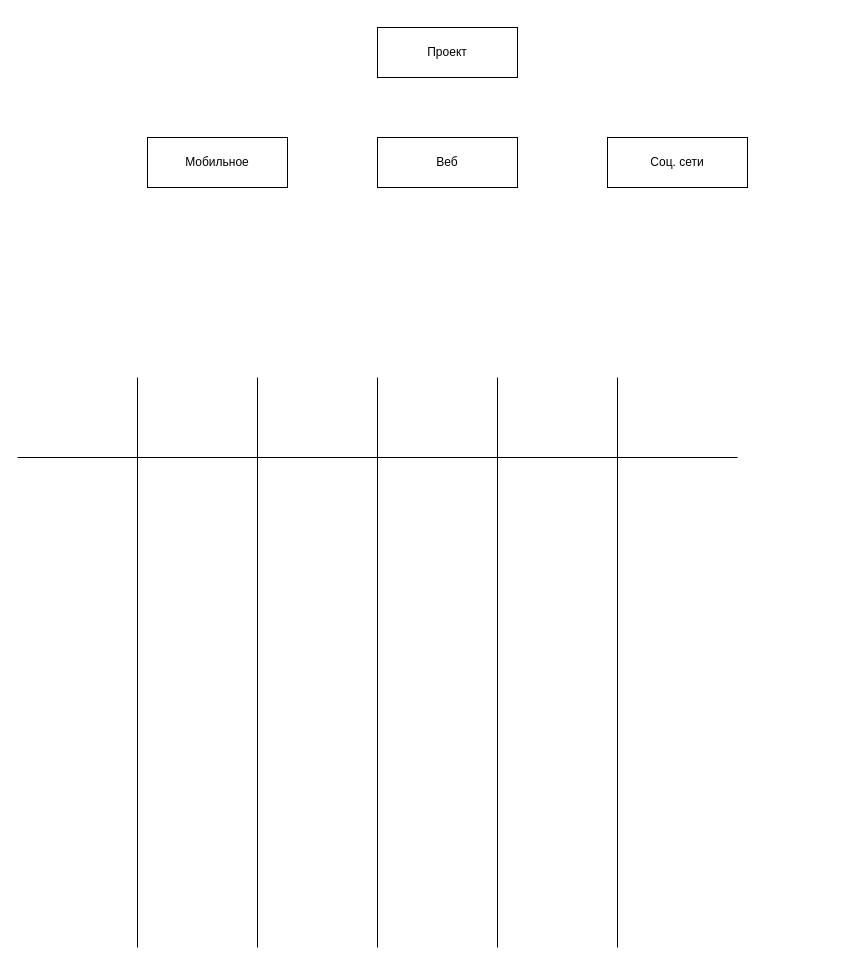
Above: DevelopeDiagram.drawio in rmastodon0603/itstep_course_uml (draw.io), before the change. Source tidied: cells renumbered, new cells numbered last; positions are measured from the earlier drawing's top-left corner, leaving out a move shared by most shapes. Both pictures are drawn from the tidied source at 100%, with x=0, y=0 at pixel (17, 27).
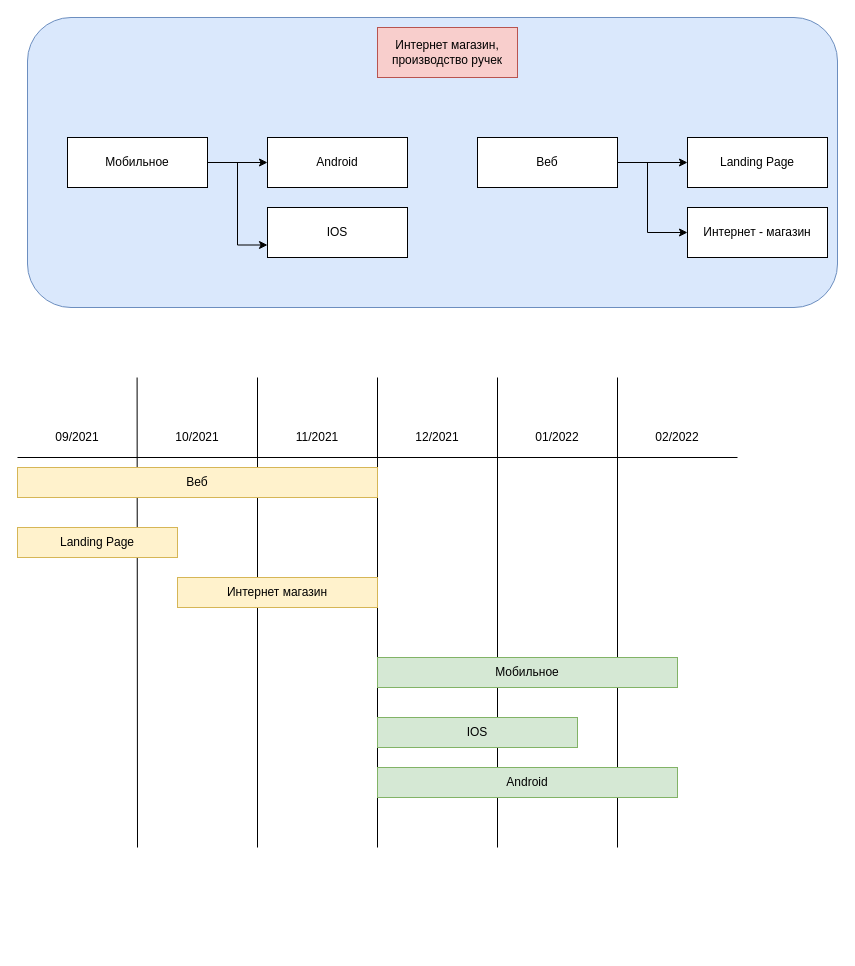
Above is the later version.

Diff of the diagram source:
```diff
@@
+    <mxCell id="12" style="rounded=1;whiteSpace=wrap;html=1;fillColor=#dae8fc;strokeColor=#6c8ebf;" parent="1" vertex="1">
+      <mxGeometry x="10" y="-10" width="810" height="290" as="geometry" />
+    </mxCell>
-    <mxCell id="2" value="Проект" style="rounded=0;whiteSpace=wrap;html=1;" parent="1" vertex="1">
+    <mxCell id="2" value="Интернет магазин, производство ручек" style="rounded=0;whiteSpace=wrap;html=1;fillColor=#f8cecc;strokeColor=#b85450;" parent="1" vertex="1">
       <mxGeometry x="360" width="140" height="50" as="geometry" />
     </mxCell>
+    <mxCell id="13" style="edgeStyle=orthogonalEdgeStyle;rounded=0;jettySize=auto;html=1;" parent="1" edge="1" source="3" target="18">
+      <mxGeometry relative="1" as="geometry" />
+    </mxCell>
+    <mxCell id="14" style="edgeStyle=orthogonalEdgeStyle;rounded=0;jettySize=auto;html=1;entryX=0;entryY=0.75;entryDx=0;entryDy=0;" parent="1" edge="1" source="3" target="17">
+      <mxGeometry relative="1" as="geometry" />
+    </mxCell>
     <mxCell id="3" value="Мобильное" style="rounded=0;whiteSpace=wrap;html=1;" parent="1" vertex="1">
-      <mxGeometry x="130" y="110" width="140" height="50" as="geometry" />
+      <mxGeometry x="50" y="110" width="140" height="50" as="geometry" />
     </mxCell>
+    <mxCell id="15" style="edgeStyle=orthogonalEdgeStyle;rounded=0;jettySize=auto;html=1;exitX=1;exitY=0.5;exitDx=0;exitDy=0;entryX=0;entryY=0.5;entryDx=0;entryDy=0;" parent="1" edge="1" source="4" target="20">
+      <mxGeometry relative="1" as="geometry" />
+    </mxCell>
+    <mxCell id="16" style="edgeStyle=orthogonalEdgeStyle;rounded=0;jettySize=auto;html=1;exitX=1;exitY=0.5;exitDx=0;exitDy=0;entryX=0;entryY=0.5;entryDx=0;entryDy=0;" parent="1" edge="1" source="4" target="19">
+      <mxGeometry relative="1" as="geometry">
+        <Array as="points">
+          <mxPoint x="630" y="135" />
+          <mxPoint x="630" y="205" />
+        </Array>
+      </mxGeometry>
+    </mxCell>
     <mxCell id="4" value="Веб" style="rounded=0;whiteSpace=wrap;html=1;" parent="1" vertex="1">
-      <mxGeometry x="360" y="110" width="140" height="50" as="geometry" />
+      <mxGeometry x="460" y="110" width="140" height="50" as="geometry" />
     </mxCell>
-    <mxCell id="5" value="Соц. сети" style="rounded=0;whiteSpace=wrap;html=1;" parent="1" vertex="1">
-      <mxGeometry x="590" y="110" width="140" height="50" as="geometry" />
-    </mxCell>
     <mxCell id="6" style="endArrow=none;html=1;" parent="1" edge="1">
       <mxGeometry relative="1" as="geometry">
-        <mxPoint x="120" y="920" as="sourcePoint" />
-        <mxPoint x="120" y="350" as="targetPoint" />
+        <mxPoint x="120" y="820" as="sourcePoint" />
+        <mxPoint x="119.6" y="350" as="targetPoint" />
       </mxGeometry>
     </mxCell>
     <mxCell id="7" style="endArrow=none;html=1;" parent="1" edge="1">
       <mxGeometry relative="1" as="geometry">
-        <mxPoint x="240" y="920" as="sourcePoint" />
+        <mxPoint x="240" y="820" as="sourcePoint" />
         <mxPoint x="240" y="350" as="targetPoint" />
       </mxGeometry>
     </mxCell>
     <mxCell id="8" style="endArrow=none;html=1;" parent="1" edge="1">
       <mxGeometry relative="1" as="geometry">
-        <mxPoint x="360" y="920" as="sourcePoint" />
+        <mxPoint x="360" y="820" as="sourcePoint" />
         <mxPoint x="360" y="350" as="targetPoint" />
       </mxGeometry>
     </mxCell>
     <mxCell id="9" style="endArrow=none;html=1;" parent="1" edge="1">
       <mxGeometry relative="1" as="geometry">
-        <mxPoint x="480" y="920" as="sourcePoint" />
+        <mxPoint x="480" y="820" as="sourcePoint" />
         <mxPoint x="480" y="350" as="targetPoint" />
       </mxGeometry>
     </mxCell>
     <mxCell id="10" style="endArrow=none;html=1;" parent="1" edge="1">
       <mxGeometry relative="1" as="geometry">
-        <mxPoint x="600" y="920" as="sourcePoint" />
+        <mxPoint x="600" y="820" as="sourcePoint" />
         <mxPoint x="600" y="350" as="targetPoint" />
       </mxGeometry>
     </mxCell>
@@
+    <mxCell id="17" value="IOS" style="rounded=0;whiteSpace=wrap;html=1;" parent="1" vertex="1">
+      <mxGeometry x="250" y="180" width="140" height="50" as="geometry" />
+    </mxCell>
+    <mxCell id="18" value="Android" style="rounded=0;whiteSpace=wrap;html=1;" parent="1" vertex="1">
+      <mxGeometry x="250" y="110" width="140" height="50" as="geometry" />
+    </mxCell>
+    <mxCell id="19" value="Интернет - магазин" style="rounded=0;whiteSpace=wrap;html=1;" parent="1" vertex="1">
+      <mxGeometry x="670" y="180" width="140" height="50" as="geometry" />
+    </mxCell>
+    <mxCell id="20" value="Landing Page" style="rounded=0;whiteSpace=wrap;html=1;" parent="1" vertex="1">
+      <mxGeometry x="670" y="110" width="140" height="50" as="geometry" />
+    </mxCell>
+    <mxCell id="21" value="Мобильное" style="rounded=0;whiteSpace=wrap;html=1;fillColor=#d5e8d4;strokeColor=#82b366;" parent="1" vertex="1">
+      <mxGeometry x="360" y="630" width="300" height="30" as="geometry" />
+    </mxCell>
+    <mxCell id="22" value="Android" style="rounded=0;whiteSpace=wrap;html=1;fillColor=#d5e8d4;strokeColor=#82b366;" parent="1" vertex="1">
+      <mxGeometry x="360" y="740" width="300" height="30" as="geometry" />
+    </mxCell>
+    <mxCell id="23" value="IOS" style="rounded=0;whiteSpace=wrap;html=1;fillColor=#d5e8d4;strokeColor=#82b366;" parent="1" vertex="1">
+      <mxGeometry x="360" y="690" width="200" height="30" as="geometry" />
+    </mxCell>
+    <mxCell id="24" value="Веб" style="rounded=0;whiteSpace=wrap;html=1;fillColor=#fff2cc;strokeColor=#d6b656;" parent="1" vertex="1">
+      <mxGeometry y="440" width="360" height="30" as="geometry" />
+    </mxCell>
+    <mxCell id="25" value="Landing Page" style="rounded=0;whiteSpace=wrap;html=1;fillColor=#fff2cc;strokeColor=#d6b656;" parent="1" vertex="1">
+      <mxGeometry y="500" width="160" height="30" as="geometry" />
+    </mxCell>
+    <mxCell id="26" value="Интернет магазин" style="rounded=0;whiteSpace=wrap;html=1;fillColor=#fff2cc;strokeColor=#d6b656;" parent="1" vertex="1">
+      <mxGeometry x="160" y="550" width="200" height="30" as="geometry" />
+    </mxCell>
+    <mxCell id="27" value="09/2021" style="text;html=1;strokeColor=none;fillColor=none;align=center;verticalAlign=middle;whiteSpace=wrap;rounded=0;" parent="1" vertex="1">
+      <mxGeometry y="390" width="120" height="40" as="geometry" />
+    </mxCell>
+    <mxCell id="28" value="10/2021" style="text;html=1;strokeColor=none;fillColor=none;align=center;verticalAlign=middle;whiteSpace=wrap;rounded=0;" parent="1" vertex="1">
+      <mxGeometry x="120" y="390" width="120" height="40" as="geometry" />
+    </mxCell>
+    <mxCell id="29" value="11/2021" style="text;html=1;strokeColor=none;fillColor=none;align=center;verticalAlign=middle;whiteSpace=wrap;rounded=0;" parent="1" vertex="1">
+      <mxGeometry x="240" y="390" width="120" height="40" as="geometry" />
+    </mxCell>
+    <mxCell id="30" value="12/2021" style="text;html=1;strokeColor=none;fillColor=none;align=center;verticalAlign=middle;whiteSpace=wrap;rounded=0;" parent="1" vertex="1">
+      <mxGeometry x="360" y="390" width="120" height="40" as="geometry" />
+    </mxCell>
+    <mxCell id="31" value="01/2022" style="text;html=1;strokeColor=none;fillColor=none;align=center;verticalAlign=middle;whiteSpace=wrap;rounded=0;" parent="1" vertex="1">
+      <mxGeometry x="480" y="390" width="120" height="40" as="geometry" />
+    </mxCell>
+    <mxCell id="32" value="02/2022" style="text;html=1;strokeColor=none;fillColor=none;align=center;verticalAlign=middle;whiteSpace=wrap;rounded=0;" parent="1" vertex="1">
+      <mxGeometry x="600" y="390" width="120" height="40" as="geometry" />
+    </mxCell>
```
